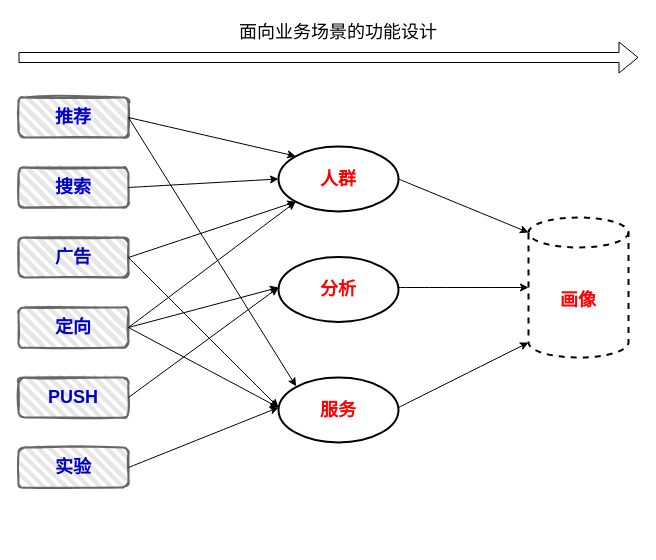
Earlier version of the draw.io diagram km_tx_2.drawio (learn2Pro/draw_io_save). Source tidied: cells renumbered, new cells numbered last; positions are measured from the earlier drawing's top-left corner, leaving out a move shared by most shapes. Both pictures are drawn from the tidied source at 100%, with x=0, y=0 at pixel (18, 17).
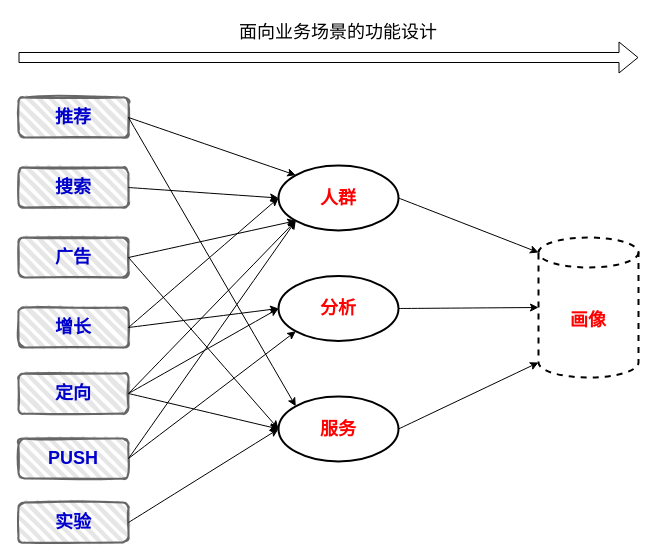
After the change.

Unchanged cells that the change refers to:
```xml
<mxCell id="2" value="&lt;font style=&quot;font-size: 18px&quot; color=&quot;#0000cc&quot;&gt;&lt;b&gt;推荐&lt;/b&gt;&lt;/font&gt;" style="rounded=1;whiteSpace=wrap;html=1;strokeWidth=2;fillWeight=4;hachureGap=8;hachureAngle=45;fillColor=#E6E6E6;sketch=1;fontColor=#333333;strokeColor=#666666;" parent="1" vertex="1">
  <mxGeometry y="80" width="110" height="40" as="geometry" />
</mxCell>
<mxCell id="4" value="&lt;font color=&quot;#0000cc&quot;&gt;&lt;span style=&quot;font-size: 18px&quot;&gt;&lt;b&gt;广告&lt;/b&gt;&lt;/span&gt;&lt;/font&gt;" style="rounded=1;whiteSpace=wrap;html=1;strokeWidth=2;fillWeight=4;hachureGap=8;hachureAngle=45;fillColor=#E6E6E6;sketch=1;fontColor=#333333;strokeColor=#666666;" parent="1" vertex="1">
  <mxGeometry y="220" width="110" height="40" as="geometry" />
</mxCell>
```

Change to the diagram source:
```diff
@@
     <mxCell id="5" value="&lt;font color=&quot;#0000cc&quot;&gt;&lt;span style=&quot;font-size: 18px&quot;&gt;&lt;b&gt;定向&lt;/b&gt;&lt;/span&gt;&lt;/font&gt;" style="rounded=1;whiteSpace=wrap;html=1;strokeWidth=2;fillWeight=4;hachureGap=8;hachureAngle=45;fillColor=#E6E6E6;sketch=1;fontColor=#333333;strokeColor=#666666;" parent="1" vertex="1">
-      <mxGeometry y="290" width="110" height="40" as="geometry" />
+      <mxGeometry y="356" width="110" height="40" as="geometry" />
     </mxCell>
     <mxCell id="6" value="&lt;font color=&quot;#0000cc&quot;&gt;&lt;span style=&quot;font-size: 18px&quot;&gt;&lt;b&gt;PUSH&lt;/b&gt;&lt;/span&gt;&lt;/font&gt;" style="rounded=1;whiteSpace=wrap;html=1;strokeWidth=2;fillWeight=4;hachureGap=8;hachureAngle=45;fillColor=#E6E6E6;sketch=1;fontColor=#333333;strokeColor=#666666;" parent="1" vertex="1">
-      <mxGeometry y="360" width="110" height="40" as="geometry" />
+      <mxGeometry y="421" width="110" height="40" as="geometry" />
     </mxCell>
     <mxCell id="7" value="&lt;font color=&quot;#0000cc&quot;&gt;&lt;span style=&quot;font-size: 18px&quot;&gt;&lt;b&gt;实验&lt;/b&gt;&lt;/span&gt;&lt;/font&gt;" style="rounded=1;whiteSpace=wrap;html=1;strokeWidth=2;fillWeight=4;hachureGap=8;hachureAngle=45;fillColor=#E6E6E6;sketch=1;fontColor=#333333;strokeColor=#666666;" parent="1" vertex="1">
-      <mxGeometry y="430" width="110" height="40" as="geometry" />
+      <mxGeometry y="485" width="110" height="40" as="geometry" />
     </mxCell>
@@
-    <mxCell id="11" style="endArrow=classic;html=1;rounded=0;fontSize=18;fontColor=#FF0000;curved=1;exitX=1;exitY=0.5;exitDx=0;exitDy=0;entryX=0;entryY=0.5;entryDx=0;entryDy=0;" parent="1" edge="1" source="5">
-      <mxGeometry relative="1" as="geometry">
-        <mxPoint x="260" y="390" as="targetPoint" />
-      </mxGeometry>
+    <mxCell id="11" style="endArrow=classic;html=1;rounded=0;fontSize=18;fontColor=#FF0000;curved=1;exitX=1;exitY=0.5;exitDx=0;exitDy=0;entryX=0;entryY=0.5;entryDx=0;entryDy=0;" parent="1" edge="1" source="5" target="26">
+      <mxGeometry relative="1" as="geometry" />
     </mxCell>
-    <mxCell id="12" style="endArrow=classic;html=1;rounded=0;fontSize=18;fontColor=#FF0000;curved=1;exitX=1;exitY=0.5;exitDx=0;exitDy=0;entryX=0;entryY=0.5;entryDx=0;entryDy=0;" parent="1" edge="1" source="6">
-      <mxGeometry relative="1" as="geometry">
-        <mxPoint x="260" y="270" as="targetPoint" />
-      </mxGeometry>
+    <mxCell id="12" style="endArrow=classic;html=1;rounded=0;fontSize=18;fontColor=#FF0000;curved=1;exitX=1;exitY=0.5;exitDx=0;exitDy=0;entryX=0;entryY=1;entryDx=0;entryDy=0;" parent="1" edge="1" source="6" target="25">
+      <mxGeometry relative="1" as="geometry" />
     </mxCell>
-    <mxCell id="13" style="endArrow=classic;html=1;rounded=0;fontSize=18;fontColor=#FF0000;curved=1;exitX=1;exitY=0.5;exitDx=0;exitDy=0;entryX=0;entryY=0.5;entryDx=0;entryDy=0;" parent="1" edge="1" source="7">
-      <mxGeometry relative="1" as="geometry">
-        <mxPoint x="260" y="390" as="targetPoint" />
-      </mxGeometry>
+    <mxCell id="13" style="endArrow=classic;html=1;rounded=0;fontSize=18;fontColor=#FF0000;curved=1;exitX=1;exitY=0.5;exitDx=0;exitDy=0;entryX=0;entryY=0.5;entryDx=0;entryDy=0;" parent="1" edge="1" source="7" target="26">
+      <mxGeometry relative="1" as="geometry" />
     </mxCell>
-    <mxCell id="14" style="endArrow=classic;html=1;rounded=0;fontSize=18;fontColor=#FF0000;curved=1;exitX=1;exitY=0.5;exitDx=0;exitDy=0;entryX=0;entryY=0.5;entryDx=0;entryDy=0;" parent="1" edge="1" source="5">
-      <mxGeometry relative="1" as="geometry">
-        <mxPoint x="260" y="270" as="targetPoint" />
-      </mxGeometry>
+    <mxCell id="14" style="endArrow=classic;html=1;rounded=0;fontSize=18;fontColor=#FF0000;curved=1;exitX=1;exitY=0.5;exitDx=0;exitDy=0;entryX=0;entryY=0.5;entryDx=0;entryDy=0;" parent="1" edge="1" source="5" target="25">
+      <mxGeometry relative="1" as="geometry" />
     </mxCell>
@@
-    <mxCell id="16" style="endArrow=classic;html=1;rounded=0;fontSize=18;fontColor=#FF0000;curved=1;exitX=1;exitY=0.5;exitDx=0;exitDy=0;entryX=0;entryY=0.5;entryDx=0;entryDy=0;" parent="1" edge="1" source="4">
-      <mxGeometry relative="1" as="geometry">
-        <mxPoint x="260" y="390" as="targetPoint" />
-      </mxGeometry>
+    <mxCell id="16" style="endArrow=classic;html=1;rounded=0;fontSize=18;fontColor=#FF0000;curved=1;exitX=1;exitY=0.5;exitDx=0;exitDy=0;entryX=0;entryY=0.5;entryDx=0;entryDy=0;" parent="1" edge="1" source="4" target="26">
+      <mxGeometry relative="1" as="geometry" />
     </mxCell>
-    <mxCell id="17" style="endArrow=classic;html=1;rounded=0;fontSize=18;fontColor=#FF0000;curved=1;exitX=1;exitY=0.5;exitDx=0;exitDy=0;entryX=0;entryY=0;entryDx=0;entryDy=0;" parent="1" edge="1" source="2">
-      <mxGeometry relative="1" as="geometry">
-        <mxPoint x="277.6" y="368.8" as="targetPoint" />
-      </mxGeometry>
+    <mxCell id="17" style="endArrow=classic;html=1;rounded=0;fontSize=18;fontColor=#FF0000;curved=1;exitX=1;exitY=0.5;exitDx=0;exitDy=0;entryX=0;entryY=0;entryDx=0;entryDy=0;" parent="1" edge="1" source="2" target="26">
+      <mxGeometry relative="1" as="geometry" />
     </mxCell>
     <mxCell id="18" value="&lt;b&gt;画像&lt;/b&gt;" style="shape=cylinder3;whiteSpace=wrap;html=1;boundedLbl=1;backgroundOutline=1;size=15;fontSize=18;fontColor=#FF0000;strokeColor=#000000;fillColor=#FFFFFF;strokeWidth=2;dashed=1;" parent="1" vertex="1">
-      <mxGeometry x="510" y="200" width="100" height="140" as="geometry" />
+      <mxGeometry x="520" y="220" width="100" height="140" as="geometry" />
     </mxCell>
@@
-    <mxCell id="20" style="endArrow=classic;html=1;rounded=0;fontSize=18;fontColor=#FF0000;curved=1;entryX=0;entryY=0.5;entryDx=0;entryDy=0;entryPerimeter=0;exitX=1;exitY=0.5;exitDx=0;exitDy=0;" parent="1" edge="1" target="18">
-      <mxGeometry relative="1" as="geometry">
-        <mxPoint x="380" y="270" as="sourcePoint" />
-      </mxGeometry>
+    <mxCell id="20" style="endArrow=classic;html=1;rounded=0;fontSize=18;fontColor=#FF0000;curved=1;entryX=0;entryY=0.5;entryDx=0;entryDy=0;entryPerimeter=0;exitX=1;exitY=0.5;exitDx=0;exitDy=0;" parent="1" edge="1" source="25" target="18">
+      <mxGeometry relative="1" as="geometry" />
     </mxCell>
-    <mxCell id="21" style="endArrow=classic;html=1;rounded=0;fontSize=18;fontColor=#FF0000;curved=1;exitX=1;exitY=0.5;exitDx=0;exitDy=0;entryX=0;entryY=1;entryDx=0;entryDy=-15;entryPerimeter=0;" parent="1" edge="1" target="18">
-      <mxGeometry relative="1" as="geometry">
-        <mxPoint x="380" y="390" as="sourcePoint" />
-      </mxGeometry>
+    <mxCell id="21" style="endArrow=classic;html=1;rounded=0;fontSize=18;fontColor=#FF0000;curved=1;exitX=1;exitY=0.5;exitDx=0;exitDy=0;entryX=0;entryY=1;entryDx=0;entryDy=-15;entryPerimeter=0;" parent="1" edge="1" source="26" target="18">
+      <mxGeometry relative="1" as="geometry" />
     </mxCell>
@@
     <mxCell id="24" value="&lt;b style=&quot;color: rgb(255 , 0 , 0)&quot;&gt;人群&lt;/b&gt;" style="ellipse;whiteSpace=wrap;html=1;fontSize=18;fontColor=#000000;strokeColor=#000000;strokeWidth=2;fillColor=#FFFFFF;" parent="1" vertex="1">
-      <mxGeometry x="260" y="129" width="120" height="65" as="geometry" />
+      <mxGeometry x="260" y="148" width="120" height="65" as="geometry" />
     </mxCell>
     <mxCell id="25" value="&lt;b style=&quot;color: rgb(255 , 0 , 0)&quot;&gt;分析&lt;/b&gt;" style="ellipse;whiteSpace=wrap;html=1;fontSize=18;fontColor=#000000;strokeColor=#000000;strokeWidth=2;fillColor=#FFFFFF;" parent="1" vertex="1">
-      <mxGeometry x="260" y="239.5" width="120" height="65" as="geometry" />
+      <mxGeometry x="260" y="258.5" width="120" height="65" as="geometry" />
     </mxCell>
     <mxCell id="26" value="&lt;b style=&quot;color: rgb(255 , 0 , 0)&quot;&gt;服务&lt;/b&gt;" style="ellipse;whiteSpace=wrap;html=1;fontSize=18;fontColor=#000000;strokeColor=#000000;strokeWidth=2;fillColor=#FFFFFF;" parent="1" vertex="1">
-      <mxGeometry x="260" y="360" width="120" height="65" as="geometry" />
+      <mxGeometry x="260" y="379" width="120" height="65" as="geometry" />
     </mxCell>
+    <mxCell id="27" style="endArrow=classic;html=1;rounded=0;fontSize=18;fontColor=#FF0000;curved=1;exitX=1;exitY=0.5;exitDx=0;exitDy=0;entryX=0;entryY=1;entryDx=0;entryDy=0;" parent="1" edge="1" source="6" target="24">
+      <mxGeometry relative="1" as="geometry" />
+    </mxCell>
+    <mxCell id="28" value="&lt;font color=&quot;#0000cc&quot;&gt;&lt;span style=&quot;font-size: 18px&quot;&gt;&lt;b&gt;增长&lt;/b&gt;&lt;/span&gt;&lt;/font&gt;" style="rounded=1;whiteSpace=wrap;html=1;strokeWidth=2;fillWeight=4;hachureGap=8;hachureAngle=45;fillColor=#E6E6E6;sketch=1;fontColor=#333333;strokeColor=#666666;" parent="1" vertex="1">
+      <mxGeometry y="290" width="110" height="40" as="geometry" />
+    </mxCell>
+    <mxCell id="29" style="endArrow=classic;html=1;rounded=0;fontSize=18;fontColor=#FF0000;curved=1;exitX=1;exitY=0.5;exitDx=0;exitDy=0;entryX=0;entryY=0.5;entryDx=0;entryDy=0;" parent="1" edge="1" source="28" target="24">
+      <mxGeometry relative="1" as="geometry" />
+    </mxCell>
+    <mxCell id="30" style="endArrow=classic;html=1;rounded=0;fontSize=18;fontColor=#FF0000;curved=1;exitX=1;exitY=0.5;exitDx=0;exitDy=0;entryX=0;entryY=0.5;entryDx=0;entryDy=0;" parent="1" edge="1" source="28" target="25">
+      <mxGeometry relative="1" as="geometry" />
+    </mxCell>
```
